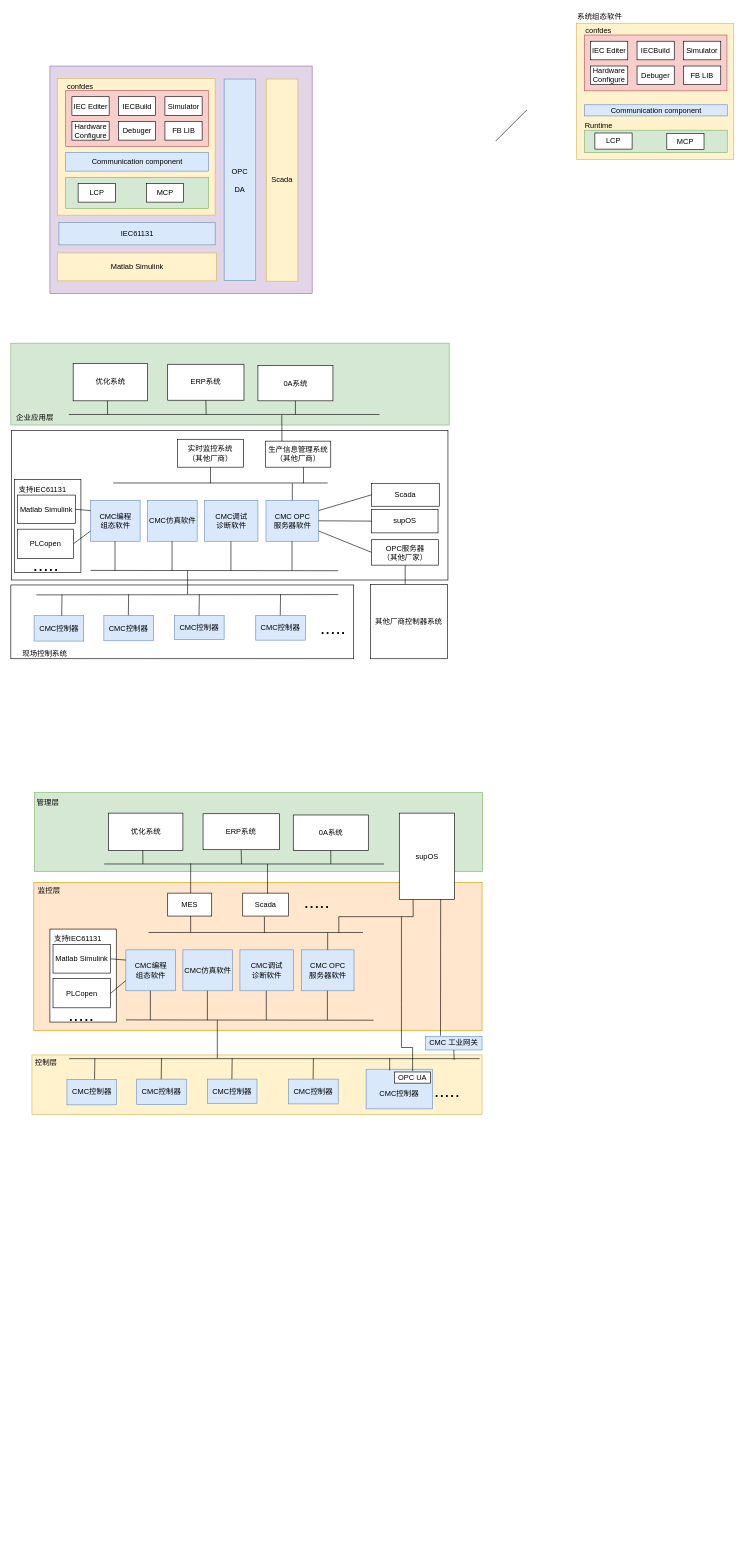
This is CMC_SOFT_FRAME.drawio from nathanningbo/general_ztf, a draw.io file, before an edit. Source tidied: cells renumbered, new cells numbered last; positions are measured from the earlier drawing's top-left corner, leaving out a move shared by most shapes. Both pictures are drawn from the tidied source at 62%, with x=0, y=0 at pixel (11, 11).
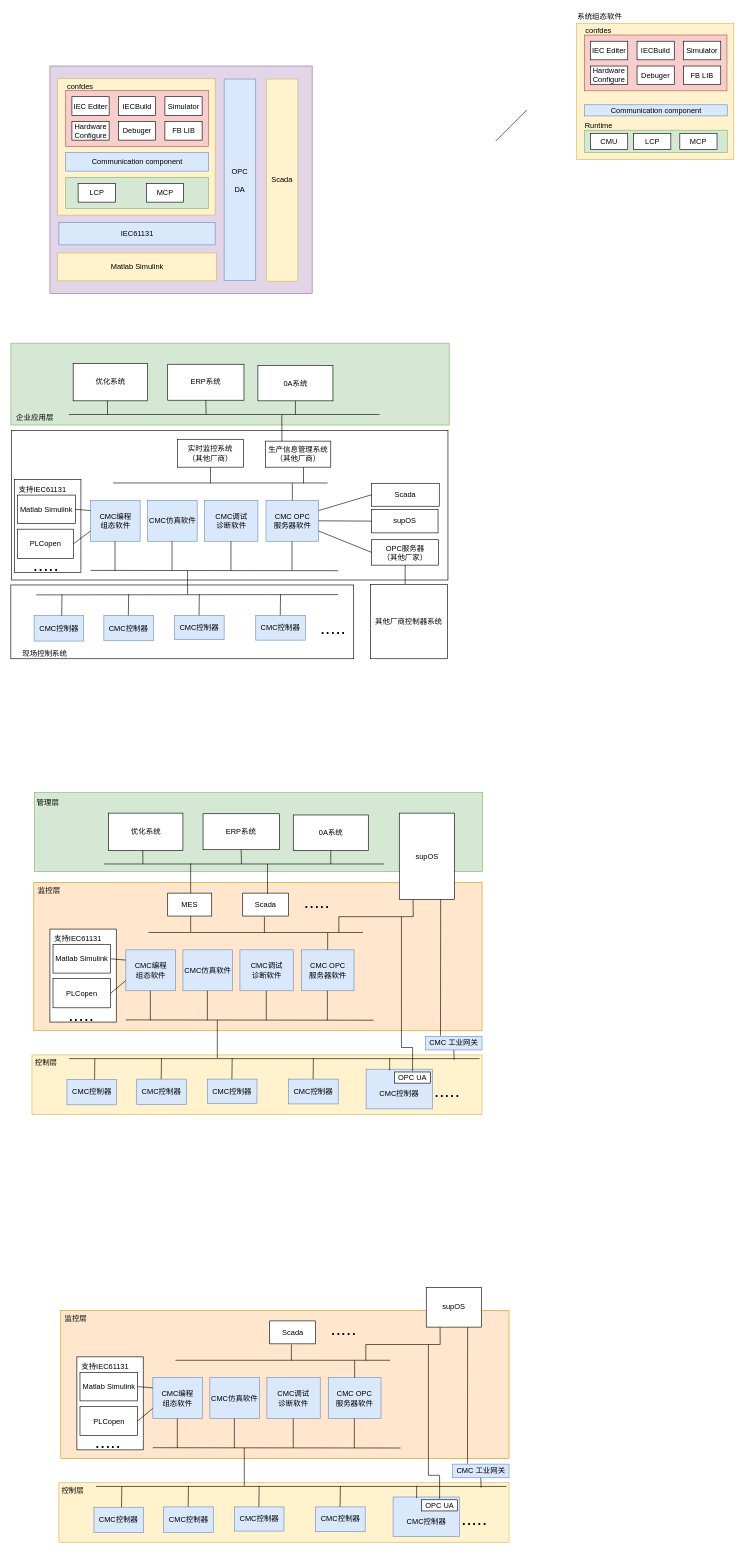
The same diagram, later.

What changed in the source:
```diff
@@
     <mxCell id="133" value="LCP" style="rounded=0;whiteSpace=wrap;html=1;" parent="1" vertex="1">
-      <mxGeometry x="942" y="197" width="60" height="26" as="geometry" />
+      <mxGeometry x="1004.5" y="197.5" width="60" height="26" as="geometry" />
     </mxCell>
     <mxCell id="134" value="MCP" style="rounded=0;whiteSpace=wrap;html=1;" parent="1" vertex="1">
-      <mxGeometry x="1058" y="197.5" width="60" height="26" as="geometry" />
+      <mxGeometry x="1079" y="197.5" width="60" height="26" as="geometry" />
     </mxCell>
@@
+    <mxCell id="148" value="CMU" style="rounded=0;whiteSpace=wrap;html=1;" parent="1" vertex="1">
+      <mxGeometry x="935" y="197.5" width="60" height="26" as="geometry" />
+    </mxCell>
+    <mxCell id="149" style="rounded=0;whiteSpace=wrap;html=1;fillColor=#ffe6cc;strokeColor=#d79b00;" parent="1" vertex="1">
+      <mxGeometry x="80.5" y="2096" width="723" height="239" as="geometry" />
+    </mxCell>
+    <mxCell id="150" style="rounded=0;whiteSpace=wrap;html=1;" parent="1" vertex="1">
+      <mxGeometry x="106.5" y="2171" width="107" height="150" as="geometry" />
+    </mxCell>
+    <mxCell id="151" style="rounded=0;whiteSpace=wrap;html=1;fillColor=#fff2cc;strokeColor=#d6b656;" parent="1" vertex="1">
+      <mxGeometry x="77.5" y="2374" width="726" height="96" as="geometry" />
+    </mxCell>
+    <mxCell id="152" value="&lt;div&gt;CMC编程&lt;/div&gt;&lt;div&gt;组态软件&lt;/div&gt;" style="rounded=0;whiteSpace=wrap;html=1;fillColor=#dae8fc;strokeColor=#6c8ebf;" parent="1" vertex="1">
+      <mxGeometry x="229" y="2204.5" width="80" height="66" as="geometry" />
+    </mxCell>
+    <mxCell id="153" value="CMC仿真软件" style="rounded=0;whiteSpace=wrap;html=1;fillColor=#dae8fc;strokeColor=#6c8ebf;" parent="1" vertex="1">
+      <mxGeometry x="321" y="2204.5" width="80" height="66" as="geometry" />
+    </mxCell>
+    <mxCell id="154" value="&lt;div&gt;CMC OPC&lt;/div&gt;&lt;div&gt;服务器软件&lt;br&gt;&lt;/div&gt;" style="rounded=0;whiteSpace=wrap;html=1;fillColor=#dae8fc;strokeColor=#6c8ebf;" parent="1" vertex="1">
+      <mxGeometry x="512" y="2204.5" width="85" height="66" as="geometry" />
+    </mxCell>
+    <mxCell id="155" value="&lt;div&gt;CMC调试&lt;/div&gt;&lt;div&gt;诊断软件&lt;/div&gt;" style="rounded=0;whiteSpace=wrap;html=1;fillColor=#dae8fc;strokeColor=#6c8ebf;" parent="1" vertex="1">
+      <mxGeometry x="413" y="2204.5" width="86" height="66" as="geometry" />
+    </mxCell>
+    <mxCell id="156" style="endArrow=none;html=1;" parent="1" edge="1">
+      <mxGeometry relative="1" as="geometry">
+        <mxPoint x="265.5" y="2176.5" as="sourcePoint" />
+        <mxPoint x="611.5" y="2176.5" as="targetPoint" />
+      </mxGeometry>
+    </mxCell>
+    <mxCell id="157" style="endArrow=none;html=1;exitX=0.5;exitY=0;exitDx=0;exitDy=0;" parent="1" edge="1" source="154">
+      <mxGeometry relative="1" as="geometry">
+        <mxPoint x="554.5" y="2177" as="targetPoint" />
+      </mxGeometry>
+    </mxCell>
+    <mxCell id="158" style="endArrow=none;html=1;entryX=0.5;entryY=1;entryDx=0;entryDy=0;" parent="1" edge="1">
+      <mxGeometry relative="1" as="geometry">
+        <mxPoint x="452.5" y="2177" as="sourcePoint" />
+        <mxPoint x="452.5" y="2151" as="targetPoint" />
+      </mxGeometry>
+    </mxCell>
+    <mxCell id="159" style="endArrow=none;html=1;entryX=0.25;entryY=1;entryDx=0;entryDy=0;rounded=0;" parent="1" edge="1" target="166">
+      <mxGeometry relative="1" as="geometry">
+        <mxPoint x="572.5" y="2177" as="sourcePoint" />
+        <Array as="points">
+          <mxPoint x="572.5" y="2151" />
+          <mxPoint x="692.5" y="2151" />
+        </Array>
+      </mxGeometry>
+    </mxCell>
+    <mxCell id="160" value="Scada" style="rounded=0;whiteSpace=wrap;html=1;" parent="1" vertex="1">
+      <mxGeometry x="417.5" y="2113" width="74" height="37" as="geometry" />
+    </mxCell>
+    <mxCell id="161" style="endArrow=none;html=1;" parent="1" edge="1">
+      <mxGeometry relative="1" as="geometry">
+        <mxPoint x="229" y="2317.5" as="sourcePoint" />
+        <mxPoint x="628.5" y="2318" as="targetPoint" />
+      </mxGeometry>
+    </mxCell>
+    <mxCell id="162" style="endArrow=none;html=1;exitX=0.5;exitY=0;exitDx=0;exitDy=0;" parent="1" edge="1">
+      <mxGeometry relative="1" as="geometry">
+        <mxPoint x="268.5" y="2318" as="sourcePoint" />
+        <mxPoint x="268.5" y="2270.5" as="targetPoint" />
+      </mxGeometry>
+    </mxCell>
+    <mxCell id="163" style="endArrow=none;html=1;exitX=0.5;exitY=0;exitDx=0;exitDy=0;" parent="1" edge="1">
+      <mxGeometry relative="1" as="geometry">
+        <mxPoint x="360.5" y="2318" as="sourcePoint" />
+        <mxPoint x="360.5" y="2270.5" as="targetPoint" />
+      </mxGeometry>
+    </mxCell>
+    <mxCell id="164" style="endArrow=none;html=1;exitX=0.5;exitY=0;exitDx=0;exitDy=0;" parent="1" edge="1">
+      <mxGeometry relative="1" as="geometry">
+        <mxPoint x="455.5" y="2318" as="sourcePoint" />
+        <mxPoint x="455.5" y="2270.5" as="targetPoint" />
+      </mxGeometry>
+    </mxCell>
+    <mxCell id="165" style="endArrow=none;html=1;exitX=0.5;exitY=0;exitDx=0;exitDy=0;" parent="1" edge="1">
+      <mxGeometry relative="1" as="geometry">
+        <mxPoint x="554" y="2318" as="sourcePoint" />
+        <mxPoint x="554" y="2270.5" as="targetPoint" />
+      </mxGeometry>
+    </mxCell>
+    <mxCell id="166" value="supOS" style="rounded=0;whiteSpace=wrap;html=1;" parent="1" vertex="1">
+      <mxGeometry x="670" y="2059" width="89" height="64" as="geometry" />
+    </mxCell>
+    <mxCell id="167" value="CMC控制器" style="rounded=0;whiteSpace=wrap;html=1;fillColor=#dae8fc;strokeColor=#6c8ebf;" parent="1" vertex="1">
+      <mxGeometry x="246.5" y="2413" width="80" height="41" as="geometry" />
+    </mxCell>
+    <mxCell id="168" value="CMC控制器" style="rounded=0;whiteSpace=wrap;html=1;fillColor=#dae8fc;strokeColor=#6c8ebf;" parent="1" vertex="1">
+      <mxGeometry x="360.5" y="2413" width="80" height="39" as="geometry" />
+    </mxCell>
+    <mxCell id="169" value="CMC控制器" style="rounded=0;whiteSpace=wrap;html=1;fillColor=#dae8fc;strokeColor=#6c8ebf;" parent="1" vertex="1">
+      <mxGeometry x="491.5" y="2413" width="80" height="40" as="geometry" />
+    </mxCell>
+    <mxCell id="170" style="endArrow=none;html=1;" parent="1" edge="1">
+      <mxGeometry relative="1" as="geometry">
+        <mxPoint x="137.5" y="2380" as="sourcePoint" />
+        <mxPoint x="799.5" y="2380" as="targetPoint" />
+      </mxGeometry>
+    </mxCell>
+    <mxCell id="171" style="endArrow=none;html=1;exitX=0.5;exitY=0;exitDx=0;exitDy=0;" parent="1" edge="1">
+      <mxGeometry relative="1" as="geometry">
+        <mxPoint x="286" y="2413" as="sourcePoint" />
+        <mxPoint x="286.5" y="2379" as="targetPoint" />
+      </mxGeometry>
+    </mxCell>
+    <mxCell id="172" style="endArrow=none;html=1;exitX=0.5;exitY=0;exitDx=0;exitDy=0;" parent="1" edge="1">
+      <mxGeometry relative="1" as="geometry">
+        <mxPoint x="400" y="2413" as="sourcePoint" />
+        <mxPoint x="400.5" y="2379" as="targetPoint" />
+      </mxGeometry>
+    </mxCell>
+    <mxCell id="173" style="endArrow=none;html=1;exitX=0.5;exitY=0;exitDx=0;exitDy=0;" parent="1" edge="1">
+      <mxGeometry relative="1" as="geometry">
+        <mxPoint x="531" y="2413" as="sourcePoint" />
+        <mxPoint x="531.5" y="2379" as="targetPoint" />
+      </mxGeometry>
+    </mxCell>
+    <mxCell id="174" value="&lt;font style=&quot;font-size: 30px&quot;&gt;.....&lt;/font&gt;" style="text;html=1;align=left;verticalAlign=top;spacingTop=-4;" parent="1" vertex="1">
+      <mxGeometry x="724.5" y="2411.5" width="52" height="21" as="geometry" />
+    </mxCell>
+    <mxCell id="175" value="控制层" style="text;html=1;align=left;verticalAlign=top;spacingTop=-4;" parent="1" vertex="1">
+      <mxGeometry x="80" y="2376.5" width="46" height="14" as="geometry" />
+    </mxCell>
+    <mxCell id="176" value="Matlab Simulink" style="rounded=0;whiteSpace=wrap;html=1;" parent="1" vertex="1">
+      <mxGeometry x="111.5" y="2196" width="93" height="46" as="geometry" />
+    </mxCell>
+    <mxCell id="177" value="PLCopen" style="rounded=0;whiteSpace=wrap;html=1;" parent="1" vertex="1">
+      <mxGeometry x="111.5" y="2251" width="93" height="47" as="geometry" />
+    </mxCell>
+    <mxCell id="178" value="CMC控制器" style="rounded=0;whiteSpace=wrap;html=1;fillColor=#dae8fc;strokeColor=#6c8ebf;" parent="1" vertex="1">
+      <mxGeometry x="134" y="2413.5" width="80" height="41" as="geometry" />
+    </mxCell>
+    <mxCell id="179" style="endArrow=none;html=1;exitX=0.5;exitY=0;exitDx=0;exitDy=0;" parent="1" edge="1">
+      <mxGeometry relative="1" as="geometry">
+        <mxPoint x="178.5" y="2413.5" as="sourcePoint" />
+        <mxPoint x="179" y="2379.5" as="targetPoint" />
+      </mxGeometry>
+    </mxCell>
+    <mxCell id="180" style="endArrow=none;html=1;entryX=0;entryY=0.25;entryDx=0;entryDy=0;exitX=1;exitY=0.5;exitDx=0;exitDy=0;" parent="1" edge="1" source="176" target="152">
+      <mxGeometry relative="1" as="geometry" />
+    </mxCell>
+    <mxCell id="181" style="endArrow=none;html=1;entryX=0;entryY=0.75;entryDx=0;entryDy=0;exitX=1;exitY=0.5;exitDx=0;exitDy=0;" parent="1" edge="1" source="177" target="152">
+      <mxGeometry relative="1" as="geometry" />
+    </mxCell>
+    <mxCell id="182" value="&lt;font style=&quot;font-size: 30px&quot;&gt;.....&lt;/font&gt;" style="text;html=1;align=left;verticalAlign=top;spacingTop=-4;" parent="1" vertex="1">
+      <mxGeometry x="134" y="2287.5" width="52" height="21" as="geometry" />
+    </mxCell>
+    <mxCell id="183" value="支持IEC61131" style="text;html=1;align=left;verticalAlign=top;spacingTop=-4;" parent="1" vertex="1">
+      <mxGeometry x="111.5" y="2177" width="88" height="14" as="geometry" />
+    </mxCell>
+    <mxCell id="184" value="&lt;font style=&quot;font-size: 30px&quot;&gt;.....&lt;/font&gt;" style="text;html=1;align=left;verticalAlign=top;spacingTop=-4;" parent="1" vertex="1">
+      <mxGeometry x="514" y="2106" width="52" height="21" as="geometry" />
+    </mxCell>
+    <mxCell id="185" value="&lt;br&gt;&lt;div&gt;CMC控制器&lt;/div&gt;" style="rounded=0;whiteSpace=wrap;html=1;fillColor=#dae8fc;strokeColor=#6c8ebf;" parent="1" vertex="1">
+      <mxGeometry x="616.5" y="2397" width="107" height="64" as="geometry" />
+    </mxCell>
+    <mxCell id="186" style="endArrow=none;html=1;" parent="1" edge="1">
+      <mxGeometry relative="1" as="geometry">
+        <mxPoint x="654.5" y="2399" as="sourcePoint" />
+        <mxPoint x="654.5" y="2379" as="targetPoint" />
+      </mxGeometry>
+    </mxCell>
+    <mxCell id="187" style="endArrow=none;html=1;" parent="1" edge="1">
+      <mxGeometry relative="1" as="geometry">
+        <mxPoint x="376.5" y="2379" as="sourcePoint" />
+        <mxPoint x="376.5" y="2318" as="targetPoint" />
+      </mxGeometry>
+    </mxCell>
+    <mxCell id="188" value="监控层" style="text;html=1;align=left;verticalAlign=top;spacingTop=-4;" parent="1" vertex="1">
+      <mxGeometry x="85" y="2099" width="46" height="14" as="geometry" />
+    </mxCell>
+    <mxCell id="189" value="&lt;div&gt;CMC 工业网关&lt;br&gt;&lt;/div&gt;" style="rounded=0;whiteSpace=wrap;html=1;fillColor=#dae8fc;strokeColor=#6c8ebf;" parent="1" vertex="1">
+      <mxGeometry x="712.5" y="2344" width="91" height="22" as="geometry" />
+    </mxCell>
+    <mxCell id="190" style="endArrow=none;html=1;entryX=0.5;entryY=1;entryDx=0;entryDy=0;" parent="1" edge="1" target="189">
+      <mxGeometry relative="1" as="geometry">
+        <mxPoint x="758.5" y="2382" as="sourcePoint" />
+      </mxGeometry>
+    </mxCell>
+    <mxCell id="191" style="endArrow=none;html=1;entryX=0.75;entryY=1;entryDx=0;entryDy=0;" parent="1" edge="1" target="166">
+      <mxGeometry relative="1" as="geometry">
+        <mxPoint x="736.5" y="2343" as="sourcePoint" />
+      </mxGeometry>
+    </mxCell>
+    <mxCell id="192" value="OPC UA" style="rounded=0;whiteSpace=wrap;html=1;" parent="1" vertex="1">
+      <mxGeometry x="662.5" y="2401.5" width="58" height="18" as="geometry" />
+    </mxCell>
+    <mxCell id="193" style="endArrow=none;html=1;rounded=0;" parent="1" edge="1">
+      <mxGeometry relative="1" as="geometry">
+        <mxPoint x="673.5" y="2151" as="sourcePoint" />
+        <mxPoint x="691.5" y="2400" as="targetPoint" />
+        <Array as="points">
+          <mxPoint x="673.5" y="2226" />
+          <mxPoint x="673.5" y="2293" />
+          <mxPoint x="673.5" y="2362" />
+          <mxPoint x="691.5" y="2362" />
+        </Array>
+      </mxGeometry>
+    </mxCell>
```
